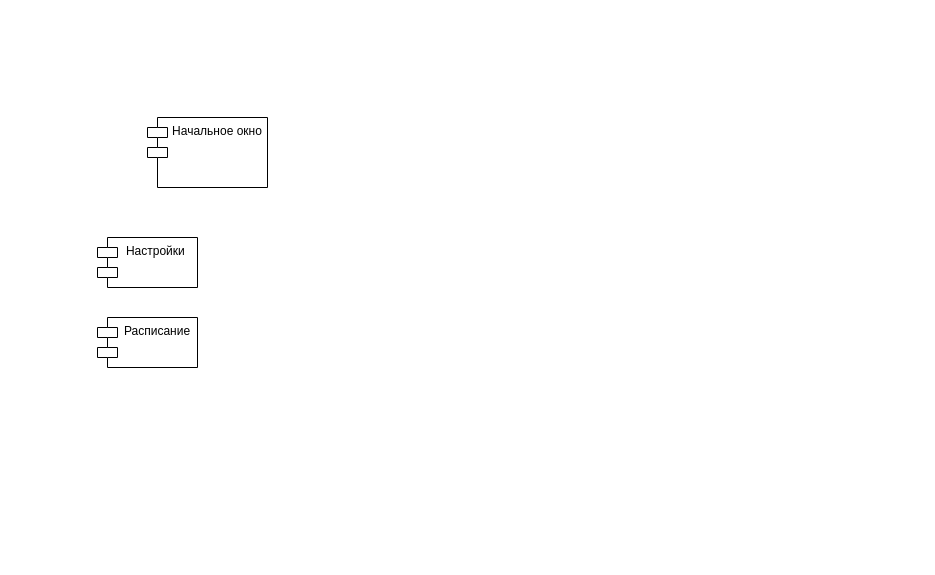
Earlier version of the draw.io diagram 7 работа АКМ.drawio (Merfarion/Diagrams-and-schemes). Source tidied: cells renumbered, new cells numbered last; positions are measured from the earlier drawing's top-left corner, leaving out a move shared by most shapes. Both pictures are drawn from the tidied source at 100%, with x=0, y=0 at pixel (97, 117).
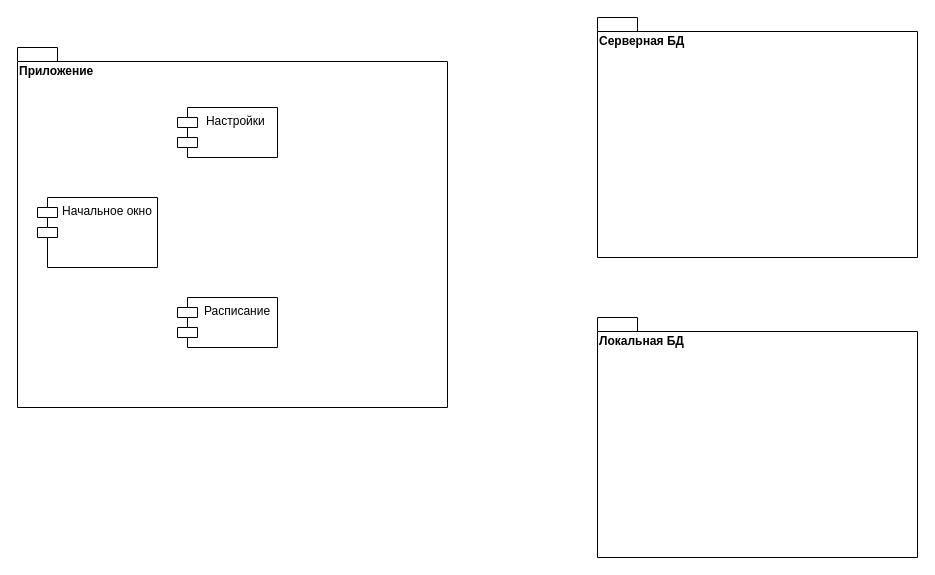
After the change.

The edit, as a diff of the source:
```diff
@@
 <mxGraphModel>
   <root>
     <mxCell id="0" />
     <mxCell id="1" parent="0" />
+    <mxCell id="5" value="Приложение" style="shape=folder;fontStyle=1;spacingTop=10;tabWidth=40;tabHeight=14;tabPosition=left;html=1;labelPosition=center;verticalLabelPosition=middle;align=left;verticalAlign=top;" parent="1" vertex="1">
+      <mxGeometry x="-80" y="-70" width="430" height="360" as="geometry" />
+    </mxCell>
     <mxCell id="2" value="Настройки " style="shape=module;align=left;spacingLeft=20;align=center;verticalAlign=top;" parent="1" vertex="1">
-      <mxGeometry y="120" width="100" height="50" as="geometry" />
+      <mxGeometry x="80" y="-10" width="100" height="50" as="geometry" />
     </mxCell>
     <mxCell id="3" value="Начальное окно" style="shape=module;align=left;spacingLeft=20;align=center;verticalAlign=top;" parent="1" vertex="1">
-      <mxGeometry x="50" width="120" height="70" as="geometry" />
+      <mxGeometry x="-60" y="80" width="120" height="70" as="geometry" />
     </mxCell>
     <mxCell id="4" value="Расписание" style="shape=module;align=left;spacingLeft=20;align=center;verticalAlign=top;" parent="1" vertex="1">
-      <mxGeometry y="200" width="100" height="50" as="geometry" />
+      <mxGeometry x="80" y="180" width="100" height="50" as="geometry" />
     </mxCell>
+    <mxCell id="6" value="Серверная БД" style="shape=folder;fontStyle=1;spacingTop=10;tabWidth=40;tabHeight=14;tabPosition=left;html=1;labelPosition=center;verticalLabelPosition=middle;align=left;verticalAlign=top;" parent="1" vertex="1">
+      <mxGeometry x="500" y="-100" width="320" height="240" as="geometry" />
+    </mxCell>
+    <mxCell id="7" value="Локальная БД" style="shape=folder;fontStyle=1;spacingTop=10;tabWidth=40;tabHeight=14;tabPosition=left;html=1;labelPosition=center;verticalLabelPosition=middle;align=left;verticalAlign=top;" parent="1" vertex="1">
+      <mxGeometry x="500" y="200" width="320" height="240" as="geometry" />
+    </mxCell>
   </root>
 </mxGraphModel>
```
